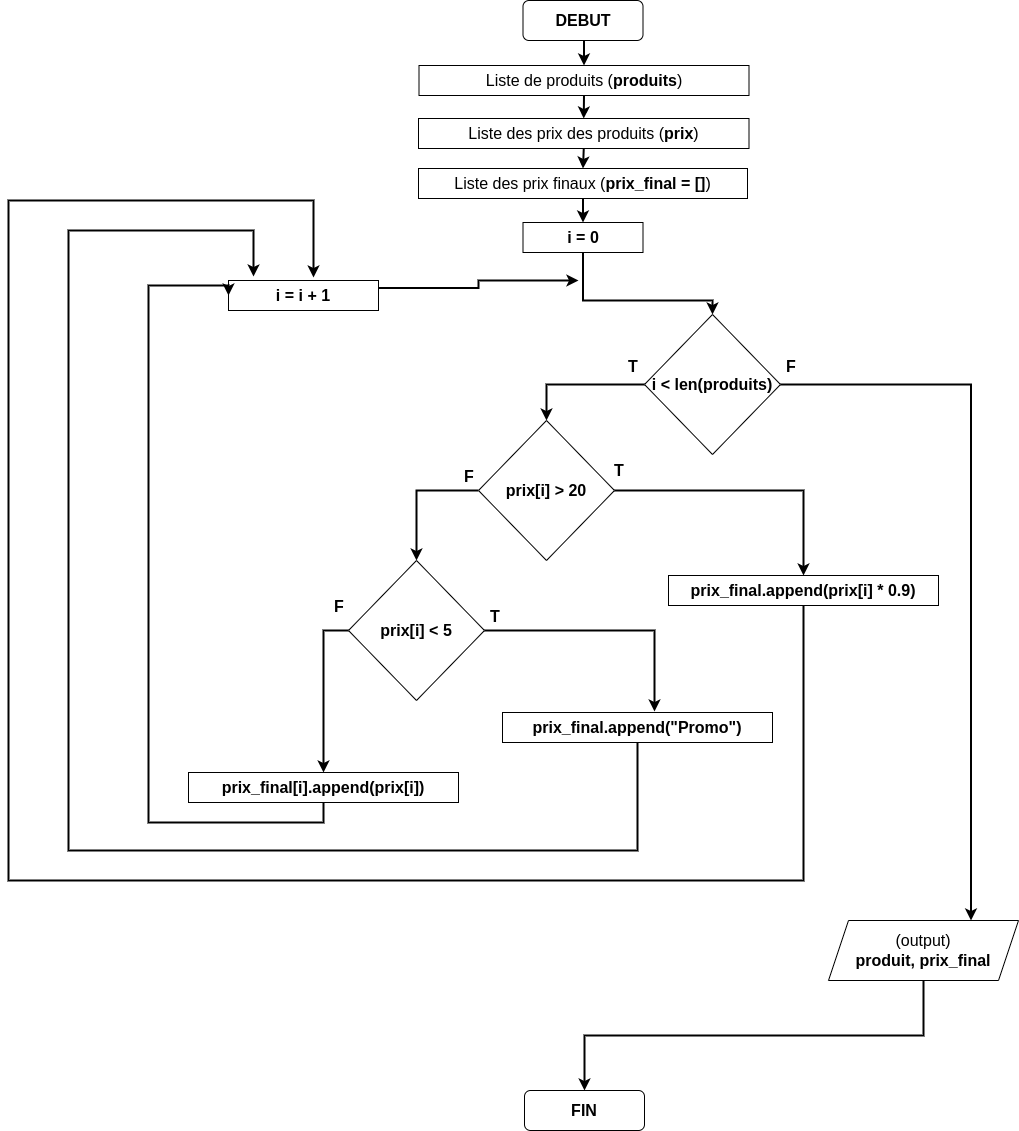
Earlier version of the draw.io export 1M/prog/revisions/images/prix-promo.png (vkeller/modulo-gybe). Source tidied: cells renumbered, new cells last; positions are measured from the earlier drawing's top-left corner, leaving out a move shared by most shapes.
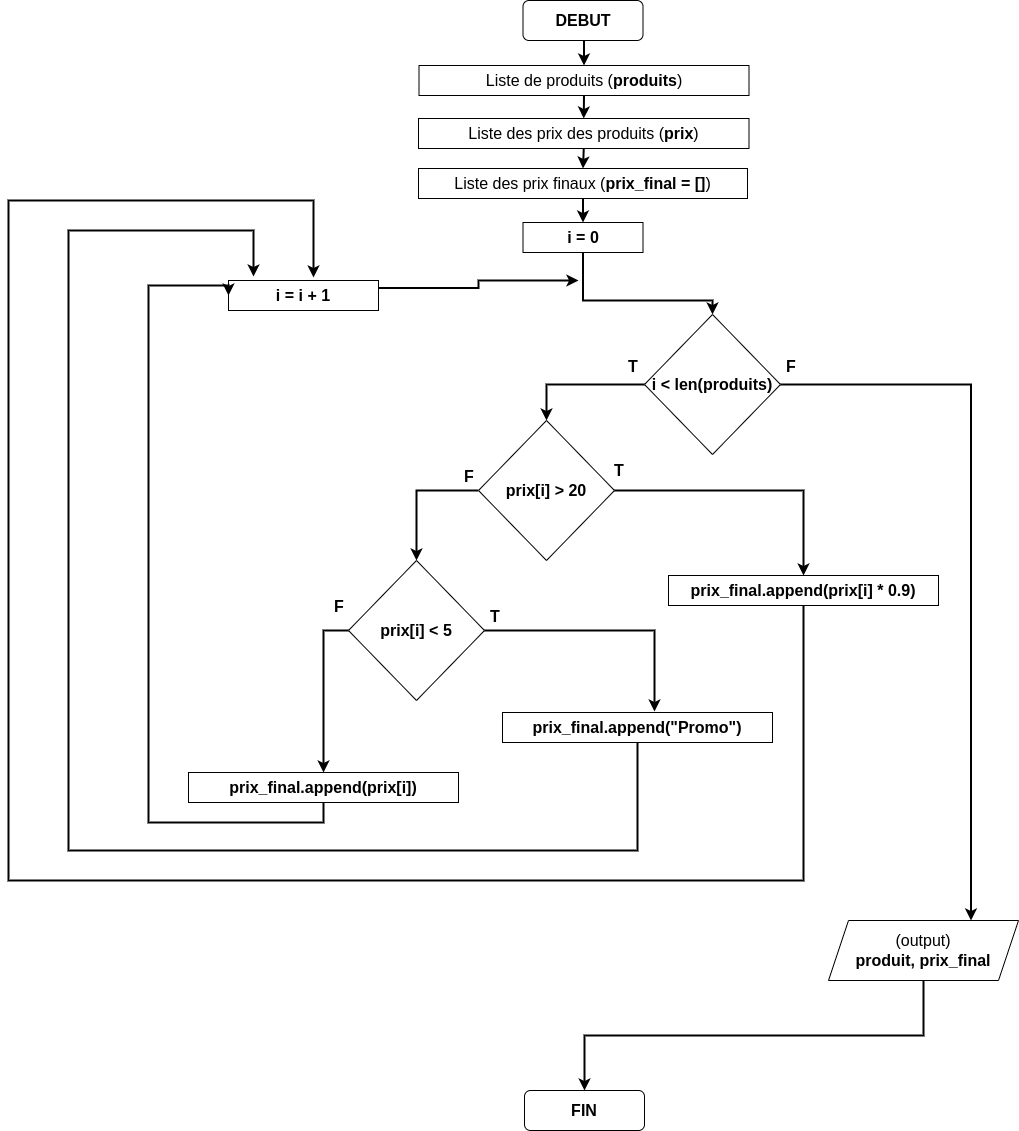
After the change.

Commit message:
modif mineure

The edit, as a diff of the source:
```diff
@@ -116,7 +116,7 @@
         </Array>
       </mxGeometry>
     </mxCell>
-    <mxCell id="31" value="&lt;b&gt;prix_final[i].append(prix[i])&lt;/b&gt;" style="rounded=0;whiteSpace=wrap;html=1;fontSize=16;" parent="1" vertex="1">
+    <mxCell id="31" value="&lt;b&gt;prix_final.append(prix[i])&lt;/b&gt;" style="rounded=0;whiteSpace=wrap;html=1;fontSize=16;" parent="1" vertex="1">
       <mxGeometry x="180" y="772" width="270" height="30" as="geometry" />
     </mxCell>
     <mxCell id="32" value="T" style="text;strokeColor=none;fillColor=none;align=left;verticalAlign=middle;spacingLeft=4;spacingRight=4;overflow=hidden;fontSize=16;fontStyle=1;" parent="1" vertex="1">
```
